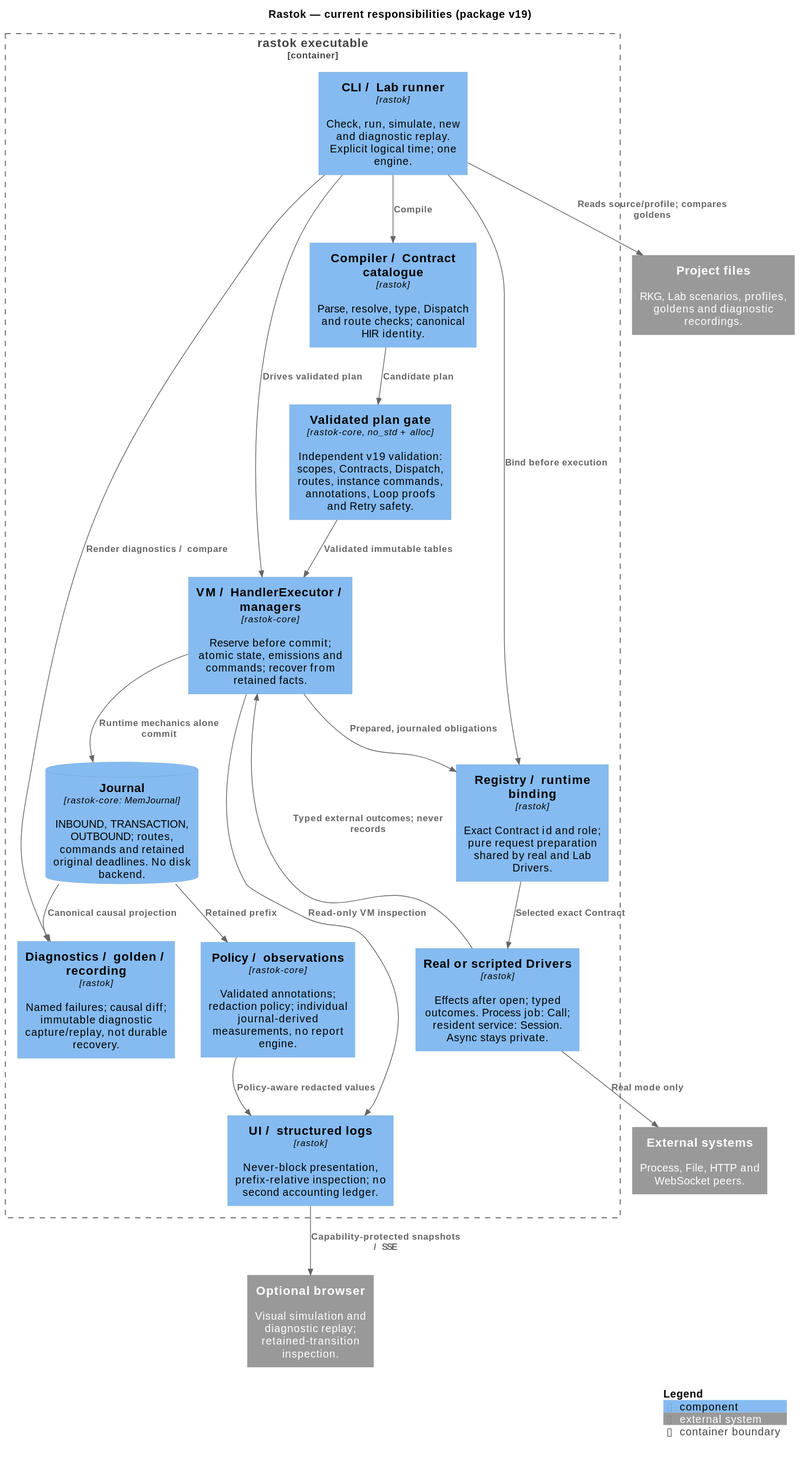
Earlier version of the PlantUML export docs/architecture/03-rastok-components.svg (rastok-io/rastok).
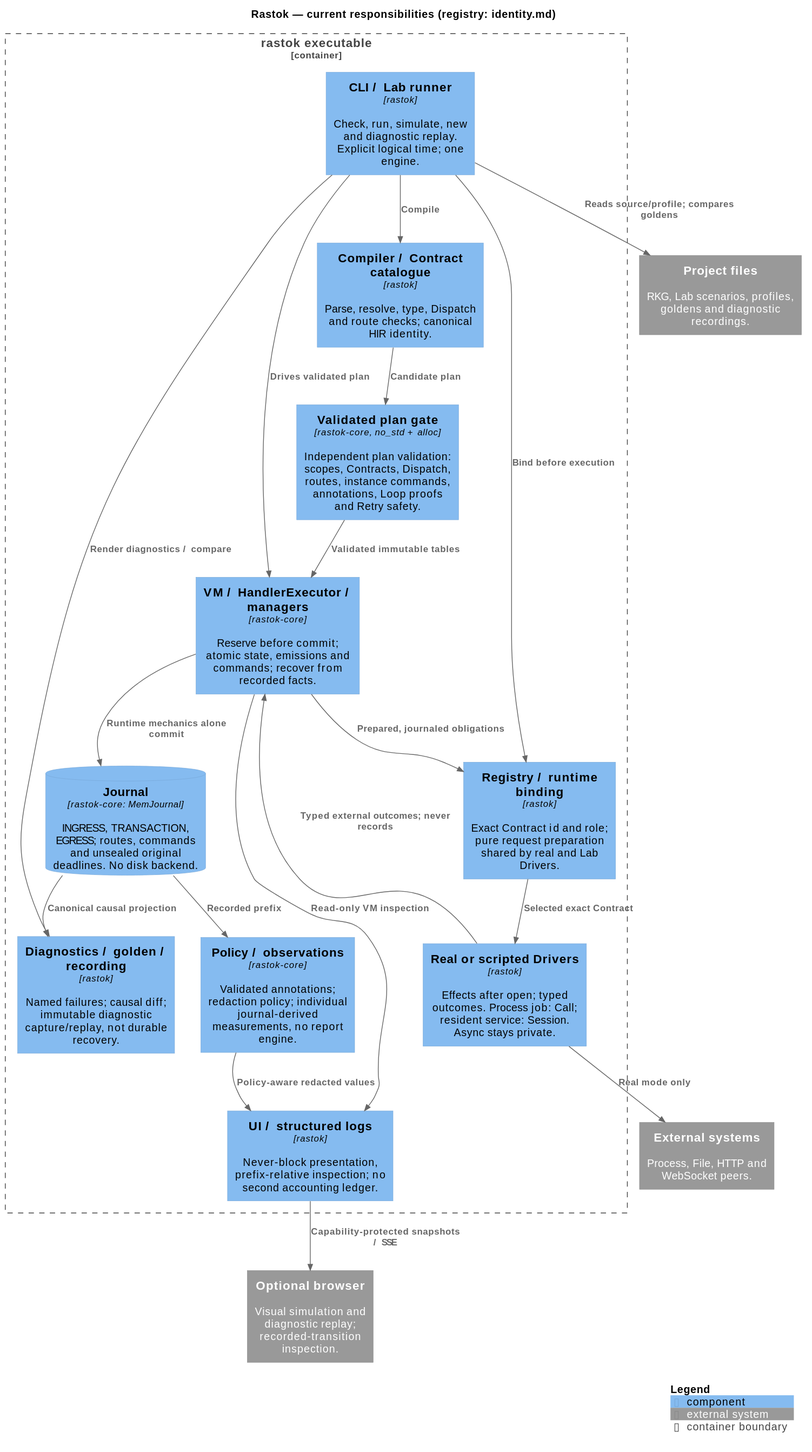
Above is the later version.

What changed in the source:
```diff
@@ -2,20 +2,20 @@
 skinparam backgroundColor white
 !include <C4/C4_Component>
 LAYOUT_TOP_DOWN()
-title Rastok — current responsibilities (package v19)
+title Rastok — current responsibilities (registry: identity.md)
 
 System_Ext(project, "Project files", "RKG, Lab scenarios, profiles, goldens and diagnostic recordings.")
 System_Ext(world, "External systems", "Process, File, HTTP and WebSocket peers.")
-System_Ext(browser, "Optional browser", "Visual simulation and diagnostic replay; retained-transition inspection.")
+System_Ext(browser, "Optional browser", "Visual simulation and diagnostic replay; recorded-transition inspection.")
 
 Container_Boundary(executable, "rastok executable") {
   Component(entry, "CLI / Lab runner", "rastok", "Check, run, simulate, new and diagnostic replay. Explicit logical time; one engine.")
   Component(compiler, "Compiler / Contract catalogue", "rastok", "Parse, resolve, type, Dispatch and route checks; canonical HIR identity.")
-  Component(plan, "Validated plan gate", "rastok-core, no_std + alloc", "Independent v19 validation: scopes, Contracts, Dispatch, routes, instance commands, annotations, Loop proofs and Retry safety.")
-  Component(core, "VM / HandlerExecutor / managers", "rastok-core", "Reserve before commit; atomic state, emissions and commands; recover from retained facts.")
+  Component(plan, "Validated plan gate", "rastok-core, no_std + alloc", "Independent plan validation: scopes, Contracts, Dispatch, routes, instance commands, annotations, Loop proofs and Retry safety.")
+  Component(core, "VM / HandlerExecutor / managers", "rastok-core", "Reserve before commit; atomic state, emissions and commands; recover from recorded facts.")
   Component(binding, "Registry / runtime binding", "rastok", "Exact Contract id and role; pure request preparation shared by real and Lab Drivers.")
   Component(drivers, "Real or scripted Drivers", "rastok", "Effects after open; typed outcomes. Process job: Call; resident service: Session. Async stays private.")
-  ComponentDb(journal, "Journal", "rastok-core: MemJournal", "INBOUND, TRANSACTION, OUTBOUND; routes, commands and retained original deadlines. No disk backend.")
+  ComponentDb(journal, "Journal", "rastok-core: MemJournal", "INGRESS, TRANSACTION, EGRESS; routes, commands and unsealed original deadlines. No disk backend.")
   Component(report, "Policy / observations", "rastok-core", "Validated annotations; redaction policy; individual journal-derived measurements, no report engine.")
   Component(ui, "UI / structured logs", "rastok", "Never-block presentation, prefix-relative inspection; no second accounting ledger.")
   Component(evidence, "Diagnostics / golden / recording", "rastok", "Named failures; causal diff; immutable diagnostic capture/replay, not durable recovery.")
@@ -32,7 +32,7 @@
 Rel(drivers, world, "Real mode only")
 Rel(drivers, core, "Typed external outcomes; never records")
 Rel(core, journal, "Runtime mechanics alone commit")
-Rel(journal, report, "Retained prefix")
+Rel(journal, report, "Recorded prefix")
 Rel(report, ui, "Policy-aware redacted values")
 Rel(ui, browser, "Capability-protected snapshots / SSE")
 Rel(core, ui, "Read-only VM inspection")
```
